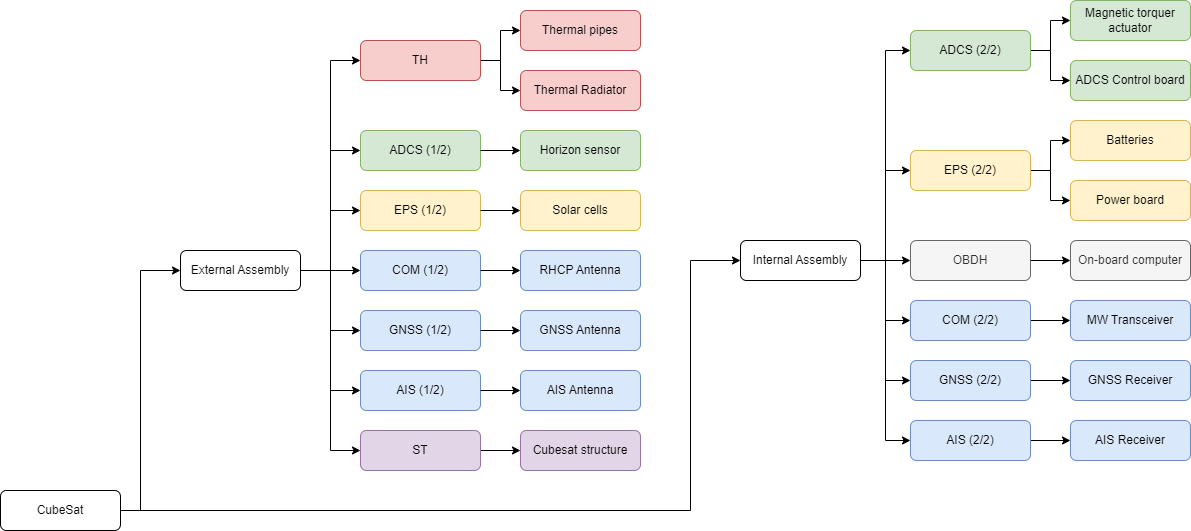
Before: assembly-tree.png, a diagram exported from draw.io (javijnb/LPRO_diagrams). Source tidied: cells renumbered, new cells last; positions are measured from the earlier drawing's top-left corner, leaving out a move shared by most shapes.
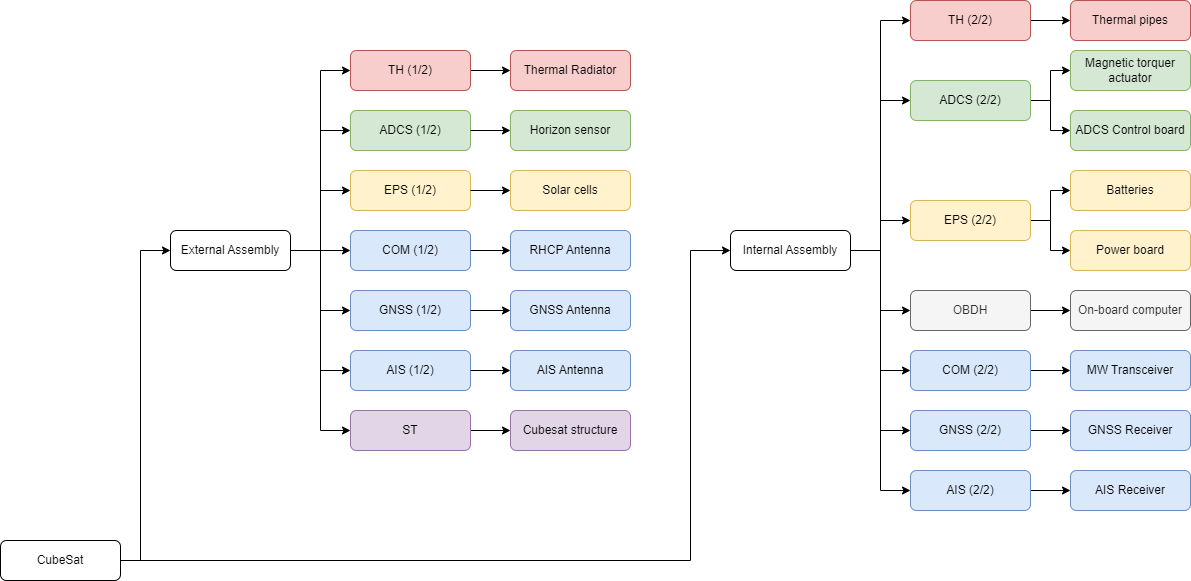
The same file after the commit.

Change to the diagram source:
```diff
@@ -6,7 +6,7 @@
       <mxGeometry relative="1" as="geometry">
         <Array as="points">
           <mxPoint x="140" y="510" />
-          <mxPoint x="140" y="270" />
+          <mxPoint x="140" y="200" />
         </Array>
       </mxGeometry>
     </mxCell>
@@ -14,7 +14,7 @@
       <mxGeometry relative="1" as="geometry">
         <Array as="points">
           <mxPoint x="690" y="510" />
-          <mxPoint x="690" y="260" />
+          <mxPoint x="690" y="200" />
         </Array>
       </mxGeometry>
     </mxCell>
@@ -43,7 +43,7 @@
       <mxGeometry relative="1" as="geometry" />
     </mxCell>
     <mxCell id="12" value="External Assembly" style="rounded=1;whiteSpace=wrap;html=1;" parent="1" vertex="1">
-      <mxGeometry x="180" y="250" width="120" height="40" as="geometry" />
+      <mxGeometry x="170" y="180" width="120" height="40" as="geometry" />
     </mxCell>
     <mxCell id="13" style="edgeStyle=orthogonalEdgeStyle;rounded=0;jettySize=auto;html=1;exitX=1;exitY=0.5;exitDx=0;exitDy=0;entryX=0;entryY=0.5;entryDx=0;entryDy=0;" parent="1" edge="1" source="19" target="38">
       <mxGeometry relative="1" as="geometry" />
@@ -63,17 +63,17 @@
     <mxCell id="18" style="edgeStyle=orthogonalEdgeStyle;rounded=0;jettySize=auto;html=1;exitX=1;exitY=0.5;exitDx=0;exitDy=0;entryX=0;entryY=0.5;entryDx=0;entryDy=0;" parent="1" edge="1" source="19" target="41">
       <mxGeometry relative="1" as="geometry" />
     </mxCell>
+    <mxCell id="68" style="edgeStyle=orthogonalEdgeStyle;rounded=0;jettySize=auto;html=1;exitX=1;exitY=0.5;exitDx=0;exitDy=0;entryX=0;entryY=0.5;entryDx=0;entryDy=0;" parent="1" edge="1" source="19" target="70">
+      <mxGeometry relative="1" as="geometry" />
+    </mxCell>
     <mxCell id="19" value="Internal Assembly" style="rounded=1;whiteSpace=wrap;html=1;" parent="1" vertex="1">
-      <mxGeometry x="740" y="240" width="120" height="40" as="geometry" />
+      <mxGeometry x="730" y="180" width="120" height="40" as="geometry" />
     </mxCell>
-    <mxCell id="20" style="edgeStyle=orthogonalEdgeStyle;rounded=0;jettySize=auto;html=1;exitX=1;exitY=0.5;exitDx=0;exitDy=0;entryX=0;entryY=0.5;entryDx=0;entryDy=0;" parent="1" edge="1" source="22" target="30">
-      <mxGeometry relative="1" as="geometry" />
-    </mxCell>
     <mxCell id="21" style="edgeStyle=orthogonalEdgeStyle;rounded=0;jettySize=auto;html=1;exitX=1;exitY=0.5;exitDx=0;exitDy=0;entryX=0;entryY=0.5;entryDx=0;entryDy=0;" parent="1" edge="1" source="22" target="31">
       <mxGeometry relative="1" as="geometry" />
     </mxCell>
-    <mxCell id="22" value="TH" style="rounded=1;whiteSpace=wrap;html=1;fillColor=#f8cecc;strokeColor=#b85450;" parent="1" vertex="1">
-      <mxGeometry x="360" y="40" width="120" height="40" as="geometry" />
+    <mxCell id="22" value="TH (1/2)" style="rounded=1;whiteSpace=wrap;html=1;fillColor=#f8cecc;strokeColor=#b85450;" parent="1" vertex="1">
+      <mxGeometry x="350" width="120" height="40" as="geometry" />
     </mxCell>
     <mxCell id="23" value="ADCS Control board" style="rounded=1;whiteSpace=wrap;html=1;fillColor=#d5e8d4;strokeColor=#82b366;" parent="1" vertex="1">
       <mxGeometry x="1070" y="60" width="120" height="40" as="geometry" />
@@ -94,13 +94,13 @@
       <mxGeometry x="1070" y="180" width="120" height="40" as="geometry" />
     </mxCell>
     <mxCell id="29" value="Cubesat structure" style="rounded=1;whiteSpace=wrap;html=1;fillColor=#e1d5e7;strokeColor=#9673a6;" parent="1" vertex="1">
-      <mxGeometry x="520" y="430" width="120" height="40" as="geometry" />
+      <mxGeometry x="510" y="360" width="120" height="40" as="geometry" />
     </mxCell>
     <mxCell id="30" value="Thermal pipes" style="rounded=1;whiteSpace=wrap;html=1;fillColor=#f8cecc;strokeColor=#b85450;" parent="1" vertex="1">
-      <mxGeometry x="520" y="10" width="120" height="40" as="geometry" />
+      <mxGeometry x="1070" y="-50" width="120" height="40" as="geometry" />
     </mxCell>
     <mxCell id="31" value="Thermal Radiator" style="rounded=1;whiteSpace=wrap;html=1;fillColor=#f8cecc;strokeColor=#b85450;" parent="1" vertex="1">
-      <mxGeometry x="520" y="70" width="120" height="40" as="geometry" />
+      <mxGeometry x="510" width="120" height="40" as="geometry" />
     </mxCell>
     <mxCell id="32" value="GNSS Receiver" style="rounded=1;whiteSpace=wrap;html=1;fillColor=#dae8fc;strokeColor=#6c8ebf;" parent="1" vertex="1">
       <mxGeometry x="1070" y="360" width="120" height="40" as="geometry" />
@@ -112,7 +112,7 @@
       <mxGeometry relative="1" as="geometry" />
     </mxCell>
     <mxCell id="35" value="ST" style="rounded=1;whiteSpace=wrap;html=1;fillColor=#e1d5e7;strokeColor=#9673a6;" parent="1" vertex="1">
-      <mxGeometry x="360" y="430" width="120" height="40" as="geometry" />
+      <mxGeometry x="350" y="360" width="120" height="40" as="geometry" />
     </mxCell>
     <mxCell id="36" style="edgeStyle=orthogonalEdgeStyle;rounded=0;jettySize=auto;html=1;exitX=1;exitY=0.5;exitDx=0;exitDy=0;entryX=0;entryY=0.5;entryDx=0;entryDy=0;" parent="1" edge="1" source="38" target="27">
       <mxGeometry relative="1" as="geometry" />
@@ -157,7 +157,7 @@
       <mxGeometry x="910" y="240" width="120" height="40" as="geometry" />
     </mxCell>
     <mxCell id="50" style="group;" parent="1" vertex="1">
-      <mxGeometry x="360" y="130" width="280" height="40" as="geometry" />
+      <mxGeometry x="350" y="60" width="280" height="40" as="geometry" />
     </mxCell>
     <mxCell id="51" value="Horizon sensor" style="rounded=1;whiteSpace=wrap;html=1;fillColor=#d5e8d4;strokeColor=#82b366;" parent="50" vertex="1">
       <mxGeometry x="160" width="120" height="40" as="geometry" />
@@ -169,7 +169,7 @@
       <mxGeometry relative="1" as="geometry" />
     </mxCell>
     <mxCell id="54" style="group;" parent="1" vertex="1">
-      <mxGeometry x="360" y="190" width="280" height="220" as="geometry" />
+      <mxGeometry x="350" y="120" width="280" height="220" as="geometry" />
     </mxCell>
     <mxCell id="55" value="RHCP Antenna" style="rounded=1;whiteSpace=wrap;html=1;fillColor=#dae8fc;strokeColor=#6c8ebf;" parent="54" vertex="1">
       <mxGeometry x="160" y="60" width="120" height="40" as="geometry" />
@@ -210,5 +210,11 @@
     <mxCell id="67" style="edgeStyle=orthogonalEdgeStyle;rounded=0;jettySize=auto;html=1;exitX=1;exitY=0.5;exitDx=0;exitDy=0;entryX=0;entryY=0.5;entryDx=0;entryDy=0;" parent="54" edge="1" source="60" target="57">
       <mxGeometry relative="1" as="geometry" />
     </mxCell>
+    <mxCell id="69" style="edgeStyle=orthogonalEdgeStyle;rounded=0;jettySize=auto;html=1;exitX=1;exitY=0.5;exitDx=0;exitDy=0;entryX=0;entryY=0.5;entryDx=0;entryDy=0;" parent="1" edge="1" source="70" target="30">
+      <mxGeometry relative="1" as="geometry" />
+    </mxCell>
+    <mxCell id="70" value="TH (2/2)" style="rounded=1;whiteSpace=wrap;html=1;fillColor=#f8cecc;strokeColor=#b85450;" parent="1" vertex="1">
+      <mxGeometry x="910" y="-50" width="120" height="40" as="geometry" />
+    </mxCell>
   </root>
 </mxGraphModel>
```
